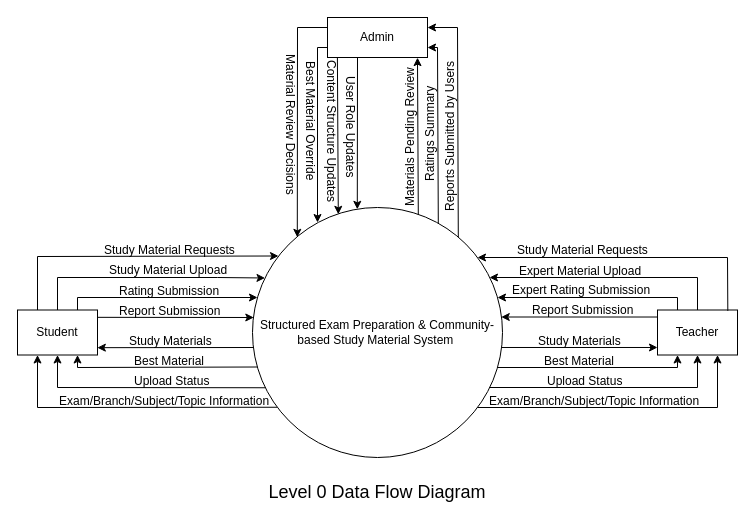
Before: page "Level-0 DFD" (3 of 6) of docs/system-diagrams.drawio in SayanMondal-1643/PeerPrep, a draw.io diagram. Source tidied: cells renumbered, new cells numbered last; positions are measured from the earlier drawing's top-left corner, leaving out a move shared by most shapes. Both pictures are drawn from the tidied source at 100%, with x=0, y=0 at pixel (17, 17).
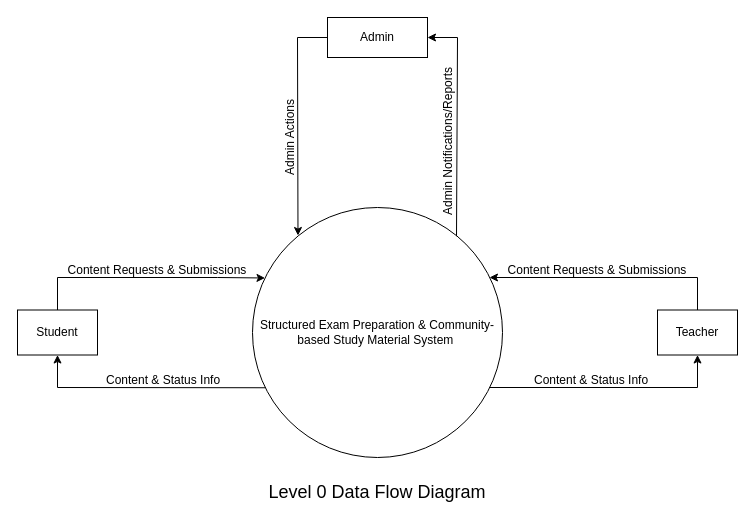
Above is the later version.

Unchanged cells that the change refers to:
```xml
<mxCell id="2" value="Structured Exam Preparation &amp;amp; Community-based Study Material System&amp;nbsp;" style="shape=ellipse;html=1;dashed=0;whiteSpace=wrap;perimeter=ellipsePerimeter;" parent="1" vertex="1">
  <mxGeometry x="235" y="190" width="250" height="250" as="geometry" />
</mxCell>
<mxCell id="3" value="Admin" style="html=1;dashed=0;whiteSpace=wrap;points=[[0,0,0,0,0],[0,0.25,0,0,0],[0,0.5,0,0,0],[0,0.75,0,0,0],[0,1,0,0,0],[0.25,0,0,0,0],[0.25,1,0,0,0],[0.5,0,0,0,0],[0.5,1,0,0,0],[0.75,0,0,0,0],[0.75,1,0,0,0],[1,0,0,0,0],[1,0.25,0,0,0],[1,0.5,0,0,0],[1,0.75,0,0,0],[1,1,0,0,0]];" parent="1" vertex="1">
  <mxGeometry x="310" width="100" height="40" as="geometry" />
</mxCell>
<mxCell id="4" value="Teacher" style="html=1;dashed=0;whiteSpace=wrap;" parent="1" vertex="1">
  <mxGeometry x="640" y="292.5" width="80" height="45" as="geometry" />
</mxCell>
<mxCell id="6" value="Student" style="html=1;dashed=0;whiteSpace=wrap;" parent="1" vertex="1">
  <mxGeometry y="292.5" width="80" height="45" as="geometry" />
</mxCell>
```

Diff of the diagram source:
```diff
@@
-    <mxCell id="5" style="endArrow=classic;html=1;rounded=0;entryX=0.995;entryY=0.438;entryDx=0;entryDy=0;entryPerimeter=0;exitX=-0.006;exitY=0.156;exitDx=0;exitDy=0;exitPerimeter=0;" parent="1" edge="1" source="4" target="2">
-      <mxGeometry relative="1" as="geometry" />
-    </mxCell>
@@
-    <mxCell id="7" style="endArrow=classic;html=1;rounded=0;entryX=0.01;entryY=0.423;entryDx=0;entryDy=0;entryPerimeter=0;exitX=0.996;exitY=0.163;exitDx=0;exitDy=0;exitPerimeter=0;" parent="1" edge="1" source="6">
-      <mxGeometry relative="1" as="geometry">
-        <mxPoint x="236.3" y="300" as="targetPoint" />
-      </mxGeometry>
-    </mxCell>
-    <mxCell id="8" style="endArrow=classic;html=1;rounded=0;entryX=0.75;entryY=1;entryDx=0;entryDy=0;exitX=0.02;exitY=0.638;exitDx=0;exitDy=0;exitPerimeter=0;" parent="1" edge="1" source="2" target="6">
-      <mxGeometry relative="1" as="geometry">
-        <Array as="points">
-          <mxPoint x="60" y="350" />
-        </Array>
-      </mxGeometry>
-    </mxCell>
@@
-    <mxCell id="10" style="endArrow=classic;html=1;rounded=0;entryX=0.25;entryY=1;entryDx=0;entryDy=0;exitX=0.098;exitY=0.799;exitDx=0;exitDy=0;exitPerimeter=0;" parent="1" edge="1" source="2" target="6">
-      <mxGeometry relative="1" as="geometry">
-        <Array as="points">
-          <mxPoint x="20" y="390" />
-        </Array>
-      </mxGeometry>
-    </mxCell>
-    <mxCell id="11" style="endArrow=classic;html=1;rounded=0;entryX=-0.011;entryY=0.931;entryDx=0;entryDy=0;entryPerimeter=0;exitX=0.25;exitY=0;exitDx=0;exitDy=0;" parent="1" edge="1" source="6">
-      <mxGeometry relative="1" as="geometry">
-        <mxPoint x="261" y="238.5" as="targetPoint" />
-        <Array as="points">
-          <mxPoint x="20" y="239" />
-        </Array>
-      </mxGeometry>
-    </mxCell>
-    <mxCell id="12" style="endArrow=classic;html=1;rounded=0;entryX=-0.011;entryY=0.931;entryDx=0;entryDy=0;entryPerimeter=0;exitX=0.75;exitY=0;exitDx=0;exitDy=0;" parent="1" edge="1" source="6">
-      <mxGeometry relative="1" as="geometry">
-        <mxPoint x="240" y="280" as="targetPoint" />
-        <Array as="points">
-          <mxPoint x="60" y="280" />
-        </Array>
-      </mxGeometry>
-    </mxCell>
@@
-    <mxCell id="14" style="endArrow=classic;html=1;rounded=0;exitX=1.003;exitY=0.075;exitDx=0;exitDy=0;exitPerimeter=0;entryX=0.998;entryY=0.837;entryDx=0;entryDy=0;entryPerimeter=0;" parent="1" edge="1" target="6">
-      <mxGeometry relative="1" as="geometry">
-        <mxPoint x="236.3" y="330" as="sourcePoint" />
-      </mxGeometry>
-    </mxCell>
-    <mxCell id="15" style="endArrow=classic;html=1;rounded=0;exitX=1.003;exitY=0.075;exitDx=0;exitDy=0;exitPerimeter=0;entryX=0;entryY=0.833;entryDx=0;entryDy=0;entryPerimeter=0;" parent="1" edge="1" target="4">
-      <mxGeometry relative="1" as="geometry">
-        <mxPoint x="484" y="330" as="sourcePoint" />
-      </mxGeometry>
-    </mxCell>
-    <mxCell id="16" style="endArrow=classic;html=1;rounded=0;exitX=1.003;exitY=0.075;exitDx=0;exitDy=0;exitPerimeter=0;entryX=0.25;entryY=1;entryDx=0;entryDy=0;" parent="1" edge="1" target="4">
-      <mxGeometry relative="1" as="geometry">
-        <mxPoint x="479.7" y="350" as="sourcePoint" />
-        <Array as="points">
-          <mxPoint x="660" y="350" />
-        </Array>
-      </mxGeometry>
-    </mxCell>
@@
-    <mxCell id="18" style="endArrow=classic;html=1;rounded=0;exitX=1.003;exitY=0.075;exitDx=0;exitDy=0;exitPerimeter=0;entryX=0.75;entryY=1;entryDx=0;entryDy=0;" parent="1" edge="1" target="4">
-      <mxGeometry relative="1" as="geometry">
-        <mxPoint x="460" y="390" as="sourcePoint" />
-        <Array as="points">
-          <mxPoint x="700" y="390" />
-        </Array>
-      </mxGeometry>
-    </mxCell>
-    <mxCell id="19" style="endArrow=classic;html=1;rounded=0;entryX=0.995;entryY=0.438;entryDx=0;entryDy=0;entryPerimeter=0;exitX=0.25;exitY=0;exitDx=0;exitDy=0;" parent="1" edge="1" source="4">
-      <mxGeometry relative="1" as="geometry">
-        <mxPoint x="480" y="280" as="targetPoint" />
-        <Array as="points">
-          <mxPoint x="660" y="280" />
-        </Array>
-      </mxGeometry>
-    </mxCell>
@@
-    <mxCell id="21" style="endArrow=classic;html=1;rounded=0;entryX=0.995;entryY=0.438;entryDx=0;entryDy=0;entryPerimeter=0;exitX=0.879;exitY=0.02;exitDx=0;exitDy=0;exitPerimeter=0;" parent="1" edge="1" source="4">
-      <mxGeometry relative="1" as="geometry">
-        <mxPoint x="460" y="240" as="targetPoint" />
-        <Array as="points">
-          <mxPoint x="710" y="240" />
-        </Array>
-      </mxGeometry>
-    </mxCell>
-    <mxCell id="22" style="endArrow=classic;html=1;rounded=0;entryX=0.403;entryY=0.011;entryDx=0;entryDy=0;entryPerimeter=0;exitX=0.3;exitY=1;exitDx=0;exitDy=0;exitPerimeter=0;" parent="1" edge="1" source="3">
-      <mxGeometry relative="1" as="geometry">
-        <mxPoint x="339.8" y="191.8" as="targetPoint" />
-      </mxGeometry>
-    </mxCell>
-    <mxCell id="23" style="endArrow=classic;html=1;rounded=0;exitX=0.099;exitY=0.996;exitDx=0;exitDy=0;exitPerimeter=0;entryX=0.403;entryY=0.011;entryDx=0;entryDy=0;entryPerimeter=0;" parent="1" edge="1" source="3">
-      <mxGeometry relative="1" as="geometry">
-        <mxPoint x="320.8" y="196.8" as="targetPoint" />
-      </mxGeometry>
-    </mxCell>
-    <mxCell id="24" style="endArrow=classic;html=1;rounded=0;exitX=0.25;exitY=1;exitDx=0;exitDy=0;exitPerimeter=0;entryX=0.9;entryY=1.003;entryDx=0;entryDy=0;entryPerimeter=0;" parent="1" edge="1" target="3">
-      <mxGeometry relative="1" as="geometry">
-        <mxPoint x="400.8" y="196.8" as="sourcePoint" />
-      </mxGeometry>
-    </mxCell>
-    <mxCell id="25" style="endArrow=classic;html=1;rounded=0;exitX=0;exitY=0.75;exitDx=0;exitDy=0;exitPerimeter=0;" parent="1" edge="1" source="3">
+    <mxCell id="25" style="endArrow=classic;html=1;rounded=0;exitX=0;exitY=0.5;exitDx=0;exitDy=0;exitPerimeter=0;entryX=0.182;entryY=0.112;entryDx=0;entryDy=0;entryPerimeter=0;" parent="1" edge="1" source="3" target="2">
       <mxGeometry relative="1" as="geometry">
-        <mxPoint x="300" y="205" as="targetPoint" />
         <Array as="points">
-          <mxPoint x="300" y="30" />
+          <mxPoint x="280" y="20" />
         </Array>
       </mxGeometry>
     </mxCell>
-    <mxCell id="26" style="endArrow=classic;html=1;rounded=0;exitX=0;exitY=0.25;exitDx=0;exitDy=0;exitPerimeter=0;entryX=0;entryY=0.25;entryDx=0;entryDy=0;entryPerimeter=0;" parent="1" edge="1" source="3">
-      <mxGeometry relative="1" as="geometry">
-        <mxPoint x="279.8" y="219.8" as="targetPoint" />
-        <Array as="points">
-          <mxPoint x="280" y="10" />
-        </Array>
-      </mxGeometry>
-    </mxCell>
-    <mxCell id="27" style="endArrow=classic;html=1;rounded=0;exitX=0.25;exitY=1;exitDx=0;exitDy=0;exitPerimeter=0;entryX=1;entryY=0.75;entryDx=0;entryDy=0;entryPerimeter=0;" parent="1" edge="1" target="3">
+    <mxCell id="27" style="endArrow=classic;html=1;rounded=0;exitX=0.816;exitY=0.115;exitDx=0;exitDy=0;exitPerimeter=0;entryX=1;entryY=0.5;entryDx=0;entryDy=0;entryPerimeter=0;" parent="1" edge="1" source="2" target="3">
       <mxGeometry relative="1" as="geometry">
-        <mxPoint x="420.8" y="205.8" as="sourcePoint" />
         <Array as="points">
-          <mxPoint x="420" y="30" />
+          <mxPoint x="440" y="20" />
         </Array>
       </mxGeometry>
     </mxCell>
-    <mxCell id="28" style="endArrow=classic;html=1;rounded=0;exitX=0.25;exitY=1;exitDx=0;exitDy=0;exitPerimeter=0;entryX=1;entryY=0.25;entryDx=0;entryDy=0;entryPerimeter=0;" parent="1" edge="1" target="3">
-      <mxGeometry relative="1" as="geometry">
-        <mxPoint x="440.8" y="219.8" as="sourcePoint" />
-        <Array as="points">
-          <mxPoint x="440" y="10" />
-        </Array>
-      </mxGeometry>
-    </mxCell>
-    <mxCell id="29" value="Study Material Requests" style="text;whiteSpace=wrap;html=1;" parent="1" vertex="1">
-      <mxGeometry x="85" y="219" width="140" height="20" as="geometry" />
-    </mxCell>
-    <mxCell id="30" value="Study Material Upload" style="text;whiteSpace=wrap;html=1;" parent="1" vertex="1">
-      <mxGeometry x="90" y="239" width="130" height="20" as="geometry" />
-    </mxCell>
-    <mxCell id="31" value="Rating Submission" style="text;whiteSpace=wrap;html=1;" parent="1" vertex="1">
-      <mxGeometry x="100" y="260" width="110" height="20" as="geometry" />
-    </mxCell>
-    <mxCell id="32" value="Report Submission" style="text;whiteSpace=wrap;html=1;" parent="1" vertex="1">
-      <mxGeometry x="100" y="280" width="110" height="20" as="geometry" />
-    </mxCell>
-    <mxCell id="33" value="Study Material Requests" style="text;whiteSpace=wrap;html=1;" parent="1" vertex="1">
-      <mxGeometry x="498" y="219" width="140" height="20" as="geometry" />
-    </mxCell>
-    <mxCell id="34" value="Expert Material Upload" style="text;whiteSpace=wrap;html=1;" parent="1" vertex="1">
-      <mxGeometry x="500" y="240" width="130" height="20" as="geometry" />
-    </mxCell>
-    <mxCell id="35" value="Expert Rating Submission" style="text;whiteSpace=wrap;html=1;" parent="1" vertex="1">
-      <mxGeometry x="493" y="259" width="150" height="20" as="geometry" />
-    </mxCell>
-    <mxCell id="36" value="Report Submission" style="text;whiteSpace=wrap;html=1;" parent="1" vertex="1">
-      <mxGeometry x="513" y="279" width="110" height="20" as="geometry" />
-    </mxCell>
-    <mxCell id="37" value="Material Review Decisions" style="text;whiteSpace=wrap;html=1;rotation=90;" parent="1" vertex="1">
-      <mxGeometry x="202" y="100" width="150" height="20" as="geometry" />
-    </mxCell>
-    <mxCell id="38" value="Best Material Override" style="text;whiteSpace=wrap;html=1;rotation=90;" parent="1" vertex="1">
-      <mxGeometry x="232" y="97" width="130" height="20" as="geometry" />
-    </mxCell>
-    <mxCell id="39" value="Content Structure Updates" style="text;whiteSpace=wrap;html=1;rotation=90;" parent="1" vertex="1">
-      <mxGeometry x="243" y="106" width="150" height="20" as="geometry" />
-    </mxCell>
-    <mxCell id="40" value="User Role Updates" style="text;whiteSpace=wrap;html=1;rotation=90;" parent="1" vertex="1">
-      <mxGeometry x="282" y="102" width="110" height="20" as="geometry" />
-    </mxCell>
-    <mxCell id="41" value="Study Materials" style="text;whiteSpace=wrap;html=1;" parent="1" vertex="1">
-      <mxGeometry x="110" y="310" width="90" height="20" as="geometry" />
-    </mxCell>
-    <mxCell id="42" value="Best Material" style="text;whiteSpace=wrap;html=1;" parent="1" vertex="1">
-      <mxGeometry x="115" y="330" width="80" height="20" as="geometry" />
-    </mxCell>
-    <mxCell id="43" value="Upload Status" style="text;whiteSpace=wrap;html=1;" parent="1" vertex="1">
-      <mxGeometry x="115" y="350" width="80" height="20" as="geometry" />
-    </mxCell>
-    <mxCell id="44" value="Exam/Branch/Subject/Topic Information" style="text;whiteSpace=wrap;html=1;" parent="1" vertex="1">
-      <mxGeometry x="40" y="370" width="220" height="20" as="geometry" />
-    </mxCell>
-    <mxCell id="45" value="Study Materials" style="text;whiteSpace=wrap;html=1;" parent="1" vertex="1">
-      <mxGeometry x="519" y="310" width="92" height="20" as="geometry" />
-    </mxCell>
-    <mxCell id="46" value="Best Material" style="text;whiteSpace=wrap;html=1;" parent="1" vertex="1">
-      <mxGeometry x="525" y="330" width="80" height="20" as="geometry" />
-    </mxCell>
-    <mxCell id="47" value="Upload Status" style="text;whiteSpace=wrap;html=1;" parent="1" vertex="1">
-      <mxGeometry x="528" y="350" width="80" height="20" as="geometry" />
-    </mxCell>
-    <mxCell id="48" value="Exam/Branch/Subject/Topic Information" style="text;whiteSpace=wrap;html=1;" parent="1" vertex="1">
-      <mxGeometry x="470" y="370" width="220" height="20" as="geometry" />
-    </mxCell>
-    <mxCell id="49" value="Materials Pending Review" style="text;whiteSpace=wrap;html=1;rotation=-90;" parent="1" vertex="1">
-      <mxGeometry x="314" y="106" width="150" height="20" as="geometry" />
-    </mxCell>
-    <mxCell id="50" value="Reports Submitted by Users" style="text;whiteSpace=wrap;html=1;rotation=-90;" parent="1" vertex="1">
-      <mxGeometry x="349" y="106" width="160" height="20" as="geometry" />
-    </mxCell>
-    <mxCell id="51" value="Ratings Summary" style="text;whiteSpace=wrap;html=1;rotation=-90;" parent="1" vertex="1">
-      <mxGeometry x="359" y="106" width="100" height="20" as="geometry" />
-    </mxCell>
@@
+    <mxCell id="53" value="Content Requests &amp;amp; Submissions" style="text;html=1;whiteSpace=wrap;strokeColor=none;fillColor=none;align=center;verticalAlign=middle;rounded=0;" parent="1" vertex="1">
+      <mxGeometry x="45" y="238" width="190" height="30" as="geometry" />
+    </mxCell>
+    <mxCell id="54" value="Content &amp;amp; Status Info" style="text;whiteSpace=wrap;html=1;" parent="1" vertex="1">
+      <mxGeometry x="87" y="349" width="120" height="20" as="geometry" />
+    </mxCell>
+    <mxCell id="55" value="Content Requests &amp;amp; Submissions" style="text;html=1;whiteSpace=wrap;strokeColor=none;fillColor=none;align=center;verticalAlign=middle;rounded=0;" parent="1" vertex="1">
+      <mxGeometry x="485" y="238" width="190" height="30" as="geometry" />
+    </mxCell>
+    <mxCell id="56" value="Content &amp;amp; Status Info" style="text;whiteSpace=wrap;html=1;" parent="1" vertex="1">
+      <mxGeometry x="515" y="349" width="120" height="20" as="geometry" />
+    </mxCell>
+    <mxCell id="57" value="Admin Actions" style="text;whiteSpace=wrap;html=1;rotation=-90;" parent="1" vertex="1">
+      <mxGeometry x="229" y="110" width="80" height="20" as="geometry" />
+    </mxCell>
+    <mxCell id="58" value="Admin Notifications/Reports" style="text;whiteSpace=wrap;html=1;rotation=-90;" parent="1" vertex="1">
+      <mxGeometry x="347" y="110" width="160" height="20" as="geometry" />
+    </mxCell>
```
